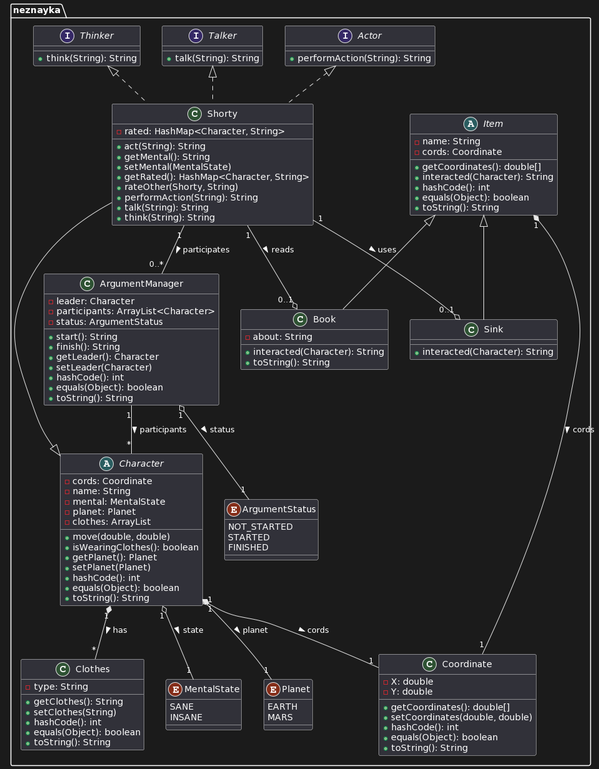
Before: 1st_semester/programming/lab2/uml.png, a diagram exported from PlantUML (EskimoCold/itmo).
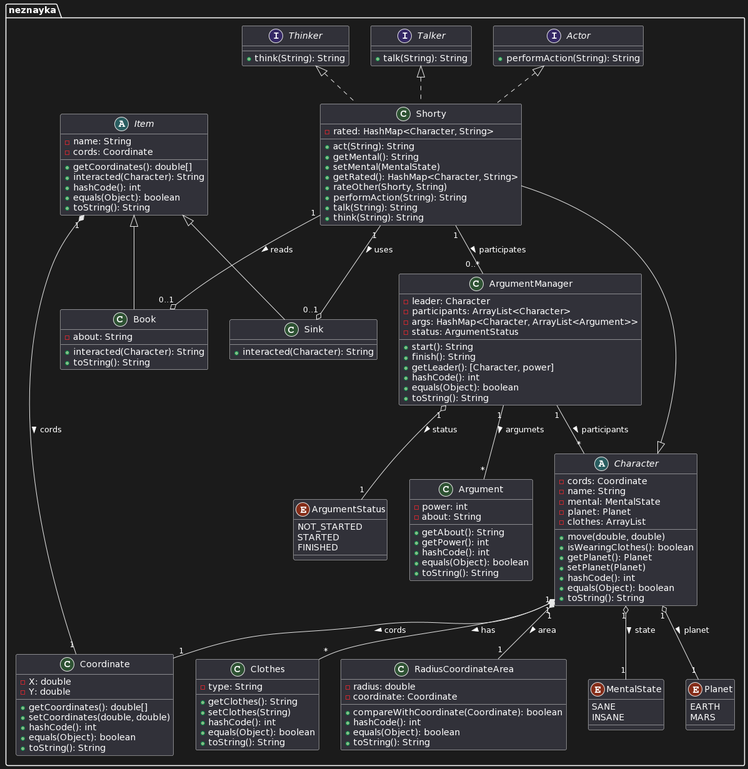
Later version of the same file.

What changed in the source:
```diff
@@ -29,14 +29,24 @@
         MARS
     }
 
+    class Argument {
+        - power: int
+        - about: String
+        + getAbout(): String
+        + getPower(): int
+        + hashCode(): int
+        + equals(Object): boolean
+        + toString(): String
+    }
+
     class ArgumentManager {
         - leader: Character
         - participants: ArrayList<Character>
+        - args: HashMap<Character, ArrayList<Argument>>
         - status: ArgumentStatus
         + start(): String
         + finish(): String
-        + getLeader(): Character
-        + setLeader(Character)
+        + getLeader(): [Character, power]
         + hashCode(): int
         + equals(Object): boolean
         + toString(): String
@@ -71,6 +81,15 @@
         - Y: double
         + getCoordinates(): double[]
         + setCoordinates(double, double)
+        + hashCode(): int
+        + equals(Object): boolean
+        + toString(): String
+    }
+
+    class RadiusCoordinateArea {
+        - radius: double
+        - coordinate: Coordinate
+        + compareWithCoordinate(Coordinate): boolean
         + hashCode(): int
         + equals(Object): boolean
         + toString(): String
@@ -115,8 +134,10 @@
 Character "1" o-- "1" MentalState : state >
 Character "1" o-- "1" Planet : planet >
 Character "1" *-- "1" Coordinate: cords >
+Character "1" *-- "1" RadiusCoordinateArea: area >
 
 ArgumentManager"1" -- "*" Character : participants >
+ArgumentManager"1" -- "*" Argument : argumets >
 ArgumentManager"1" o-- "1" ArgumentStatus: status >
 Item"1" *-- "1" Coordinate: cords >
 
```
